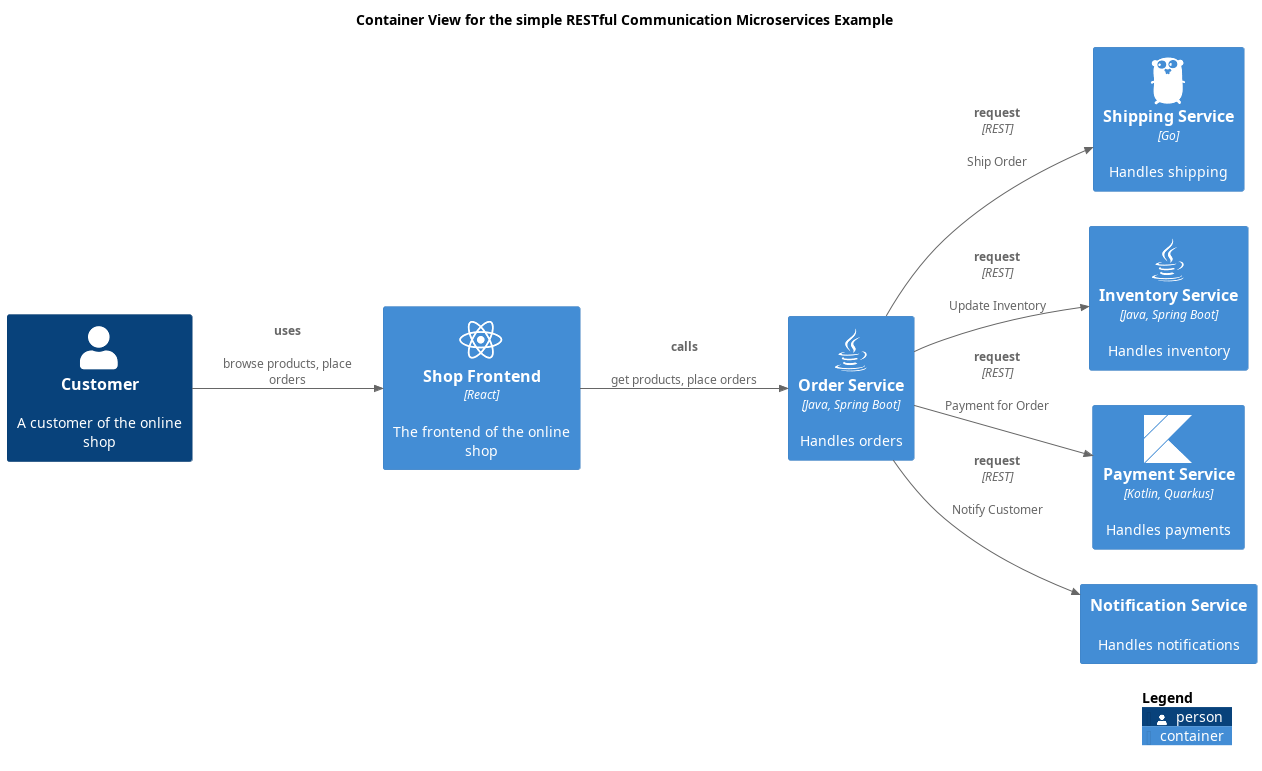
lsolbach/overarch-models keeps this PlantUML diagram as docs/software-development/architecture/example/microservices/simple-restful-container-view.png. Above is the earlier version.
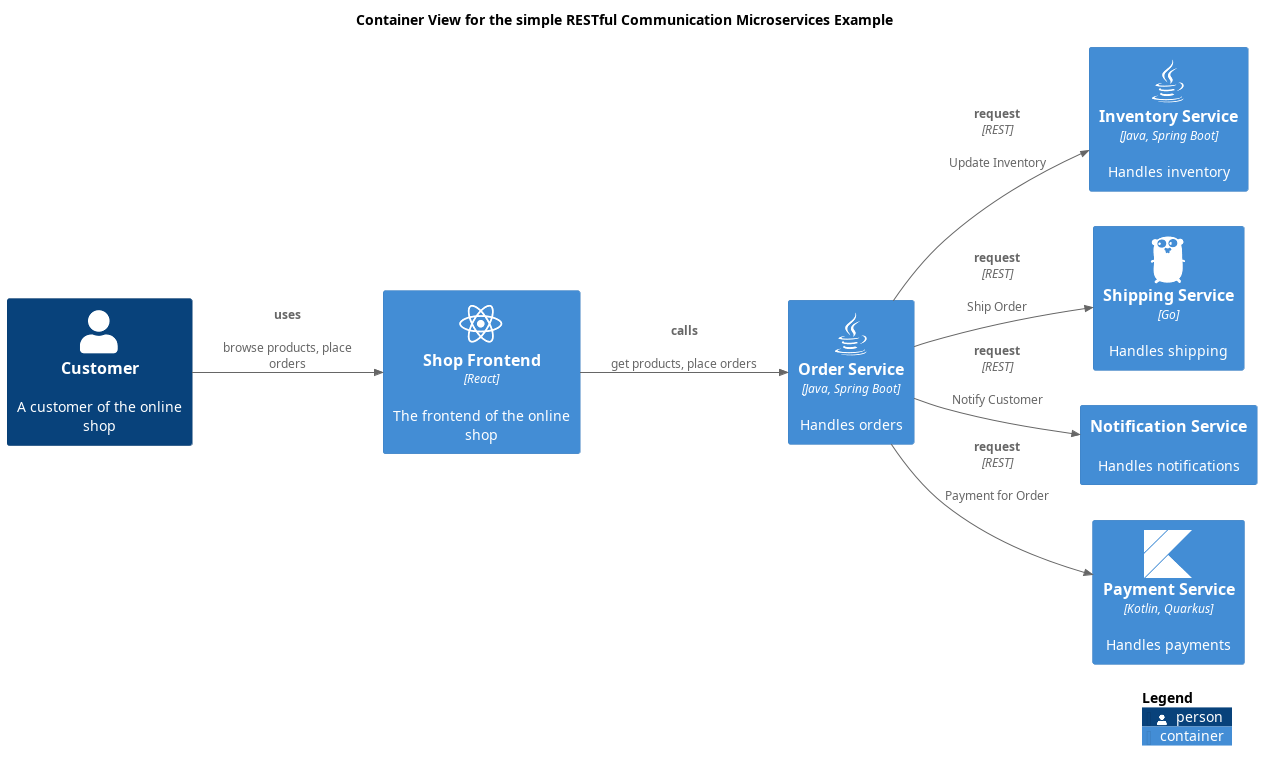
After the commit.

What changed in the source:
```diff
@@ -6,8 +6,8 @@
 !include <azure/AzureC4Integration>
 !include <tupadr3/common>
 !include <tupadr3/font-awesome-5/java>
+!include <tupadr3/font-awesome-5/react>
 !include <tupadr3/devicons2/go>
-!include <tupadr3/font-awesome-5/react>
 !include <tupadr3/devicons2/kotlin>
 
 
@@ -17,18 +17,18 @@
 
 
 title Container View for the simple RESTful Communication Microservices Example
-Container(softwareDevelopment_architecture_example_microservices_shippingService, "Shipping Service", $descr="Handles shipping", $techn="Go", $sprite="go")
 Container(softwareDevelopment_architecture_example_microservices_inventoryService, "Inventory Service", $descr="Handles inventory", $techn="Java, Spring Boot", $sprite="java")
 Container(softwareDevelopment_architecture_example_microservices_shopFrontend, "Shop Frontend", $descr="The frontend of the online shop", $techn="React", $sprite="react")
+Container(softwareDevelopment_architecture_example_microservices_shippingService, "Shipping Service", $descr="Handles shipping", $techn="Go", $sprite="go")
 Container(softwareDevelopment_architecture_example_microservices_orderService, "Order Service", $descr="Handles orders", $techn="Java, Spring Boot", $sprite="java")
+Container(softwareDevelopment_architecture_example_microservices_notificationService, "Notification Service", $descr="Handles notifications")
 Container(softwareDevelopment_architecture_example_microservices_paymentService, "Payment Service", $descr="Handles payments", $techn="Kotlin, Quarkus", $sprite="kotlin")
-Container(softwareDevelopment_architecture_example_microservices_notificationService, "Notification Service", $descr="Handles notifications")
 Person(softwareDevelopment_architecture_example_microservices_customer, "Customer", $descr="A customer of the online shop")
 Rel(softwareDevelopment_architecture_example_microservices_shopFrontend, softwareDevelopment_architecture_example_microservices_orderService, "calls", $descr="get products, place orders")
+Rel(softwareDevelopment_architecture_example_microservices_orderService, softwareDevelopment_architecture_example_microservices_shippingService, "request", $descr="Ship Order", $techn="REST")
+Rel(softwareDevelopment_architecture_example_microservices_orderService, softwareDevelopment_architecture_example_microservices_notificationService, "request", $descr="Notify Customer", $techn="REST")
+Rel(softwareDevelopment_architecture_example_microservices_customer, softwareDevelopment_architecture_example_microservices_shopFrontend, "uses", $descr="browse products, place orders")
 Rel(softwareDevelopment_architecture_example_microservices_orderService, softwareDevelopment_architecture_example_microservices_inventoryService, "request", $descr="Update Inventory", $techn="REST")
 Rel(softwareDevelopment_architecture_example_microservices_orderService, softwareDevelopment_architecture_example_microservices_paymentService, "request", $descr="Payment for Order", $techn="REST")
-Rel(softwareDevelopment_architecture_example_microservices_orderService, softwareDevelopment_architecture_example_microservices_notificationService, "request", $descr="Notify Customer", $techn="REST")
-Rel(softwareDevelopment_architecture_example_microservices_customer, softwareDevelopment_architecture_example_microservices_shopFrontend, "uses", $descr="browse products, place orders")
-Rel(softwareDevelopment_architecture_example_microservices_orderService, softwareDevelopment_architecture_example_microservices_shippingService, "request", $descr="Ship Order", $techn="REST")
 SHOW_LEGEND()
 @enduml
```
